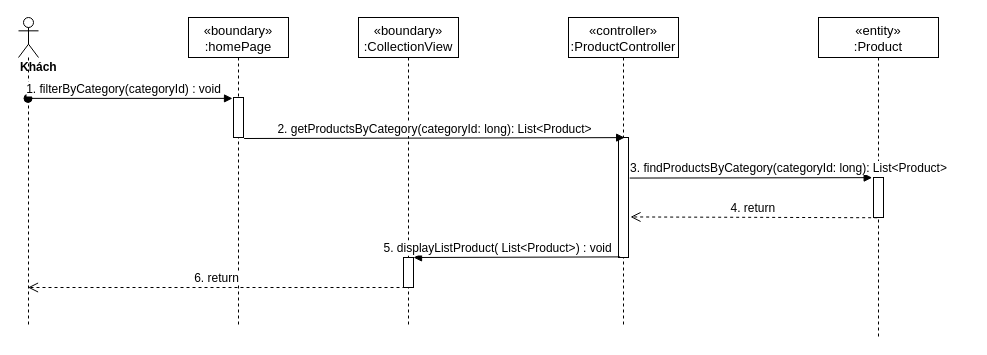
The draw.io diagram sequence diagram/getProductByCategory-seqence.drawio in nguyenphamvan/datn_20202, before the edit. Source tidied: cells renumbered, new cells numbered last; positions are measured from the earlier drawing's top-left corner, leaving out a move shared by most shapes. Both pictures are drawn from the tidied source at 100%, with x=0, y=0 at pixel (18, 17).
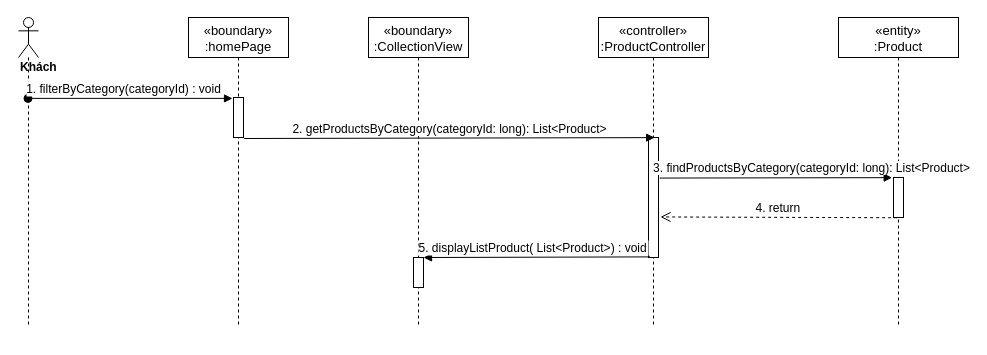
Above is the later version.

The edit, as a diff of the source:
```diff
@@
 <mxGraphModel>
   <root>
     <mxCell id="0" />
     <mxCell id="1" parent="0" />
     <mxCell id="2" value="«boundary»&#10;:CollectionView" style="shape=umlLifeline;perimeter=lifelinePerimeter;rounded=0;shadow=0;strokeWidth=1;fontSize=13;" parent="1" vertex="1">
-      <mxGeometry x="340" width="100" height="310" as="geometry" />
+      <mxGeometry x="350" width="100" height="310" as="geometry" />
     </mxCell>
     <mxCell id="3" style="html=1;points=[];perimeter=orthogonalPerimeter;" parent="2" vertex="1">
       <mxGeometry x="45" y="240" width="10" height="30" as="geometry" />
     </mxCell>
     <mxCell id="4" value="«controller»&#10;:ProductController" style="shape=umlLifeline;perimeter=lifelinePerimeter;rounded=0;shadow=0;strokeWidth=1;fontSize=13;" parent="1" vertex="1">
-      <mxGeometry x="550" width="110" height="310" as="geometry" />
+      <mxGeometry x="580" width="110" height="310" as="geometry" />
     </mxCell>
     <mxCell id="5" style="points=[];perimeter=orthogonalPerimeter;rounded=0;shadow=0;strokeWidth=1;" parent="4" vertex="1">
       <mxGeometry x="50" y="120" width="10" height="120" as="geometry" />
     </mxCell>
     <mxCell id="6" value="&lt;div&gt;&lt;b&gt;Khách&lt;/b&gt;&lt;/div&gt;" style="shape=umlLifeline;participant=umlActor;perimeter=lifelinePerimeter;whiteSpace=wrap;html=1;verticalAlign=top;spacingTop=36;outlineConnect=0;align=left;" parent="1" vertex="1">
       <mxGeometry width="20" height="310" as="geometry" />
     </mxCell>
     <mxCell id="7" value="1. filterByCategory(categoryId) : void" style="verticalAlign=bottom;startArrow=oval;endArrow=block;startSize=8;shadow=0;strokeWidth=1;entryX=-0.1;entryY=0.022;entryDx=0;entryDy=0;entryPerimeter=0;fontSize=12;" parent="1" edge="1" source="6" target="15">
       <mxGeometry x="-0.06" relative="1" as="geometry" />
     </mxCell>
     <mxCell id="8" value="&lt;font style=&quot;font-size: 12px&quot;&gt;2. getProductsByCategory(categoryId: long): List&amp;lt;Product&amp;gt;&lt;/font&gt;" style="html=1;verticalAlign=bottom;endArrow=block;entryX=0.617;entryY=0.001;entryDx=0;entryDy=0;entryPerimeter=0;exitX=1.06;exitY=1.025;exitDx=0;exitDy=0;exitPerimeter=0;" parent="1" edge="1" source="15" target="5">
       <mxGeometry relative="1" as="geometry" />
     </mxCell>
     <mxCell id="9" value="«entity»&#10;:Product" style="shape=umlLifeline;perimeter=lifelinePerimeter;rounded=0;shadow=0;strokeWidth=1;fontSize=13;" parent="1" vertex="1">
-      <mxGeometry x="800" width="120" height="320" as="geometry" />
+      <mxGeometry x="820" width="120" height="310" as="geometry" />
     </mxCell>
     <mxCell id="10" style="points=[];perimeter=orthogonalPerimeter;rounded=0;shadow=0;strokeWidth=1;" parent="9" vertex="1">
       <mxGeometry x="55" y="160" width="10" height="40" as="geometry" />
     </mxCell>
     <mxCell id="11" value="&lt;font style=&quot;font-size: 12px&quot;&gt;3. findProductsByCategory(categoryId: long): List&amp;lt;Product&amp;gt;&lt;/font&gt;" style="html=1;verticalAlign=bottom;endArrow=block;entryX=-0.133;entryY=0.004;entryDx=0;entryDy=0;entryPerimeter=0;exitX=1.12;exitY=0.338;exitDx=0;exitDy=0;exitPerimeter=0;" parent="1" edge="1" source="5" target="10">
       <mxGeometry x="0.31" relative="1" as="geometry" />
     </mxCell>
     <mxCell id="12" value="&lt;font style=&quot;font-size: 12px&quot;&gt;4. return&amp;nbsp;&lt;/font&gt;" style="html=1;verticalAlign=bottom;endArrow=open;dashed=1;endSize=8;exitX=0.367;exitY=1.006;exitDx=0;exitDy=0;exitPerimeter=0;entryX=1.2;entryY=0.662;entryDx=0;entryDy=0;entryPerimeter=0;" parent="1" edge="1" source="10" target="5">
       <mxGeometry relative="1" as="geometry" />
     </mxCell>
     <mxCell id="13" value="5. displayListProduct( List&lt;Product&gt;) : void" style="verticalAlign=bottom;endArrow=block;shadow=0;strokeWidth=1;fontSize=12;exitX=0.16;exitY=0.995;exitDx=0;exitDy=0;exitPerimeter=0;" parent="1" edge="1" source="5" target="3">
-      <mxGeometry x="0.18" relative="1" as="geometry" />
+      <mxGeometry x="0.03" relative="1" as="geometry" />
     </mxCell>
     <mxCell id="14" value="«boundary»&#10;:homePage" style="shape=umlLifeline;perimeter=lifelinePerimeter;rounded=0;shadow=0;strokeWidth=1;fontSize=13;" parent="1" vertex="1">
       <mxGeometry x="170" width="100" height="310" as="geometry" />
     </mxCell>
     <mxCell id="15" style="points=[];perimeter=orthogonalPerimeter;rounded=0;shadow=0;strokeWidth=1;" parent="14" vertex="1">
       <mxGeometry x="45" y="80" width="10" height="40" as="geometry" />
     </mxCell>
-    <mxCell id="16" value="&lt;font style=&quot;font-size: 12px&quot;&gt;6. return&lt;/font&gt;" style="html=1;verticalAlign=bottom;endArrow=open;dashed=1;endSize=8;exitX=0.2;exitY=1;exitDx=0;exitDy=0;exitPerimeter=0;" parent="1" edge="1" source="3" target="6">
-      <mxGeometry relative="1" as="geometry" />
-    </mxCell>
   </root>
 </mxGraphModel>
```
